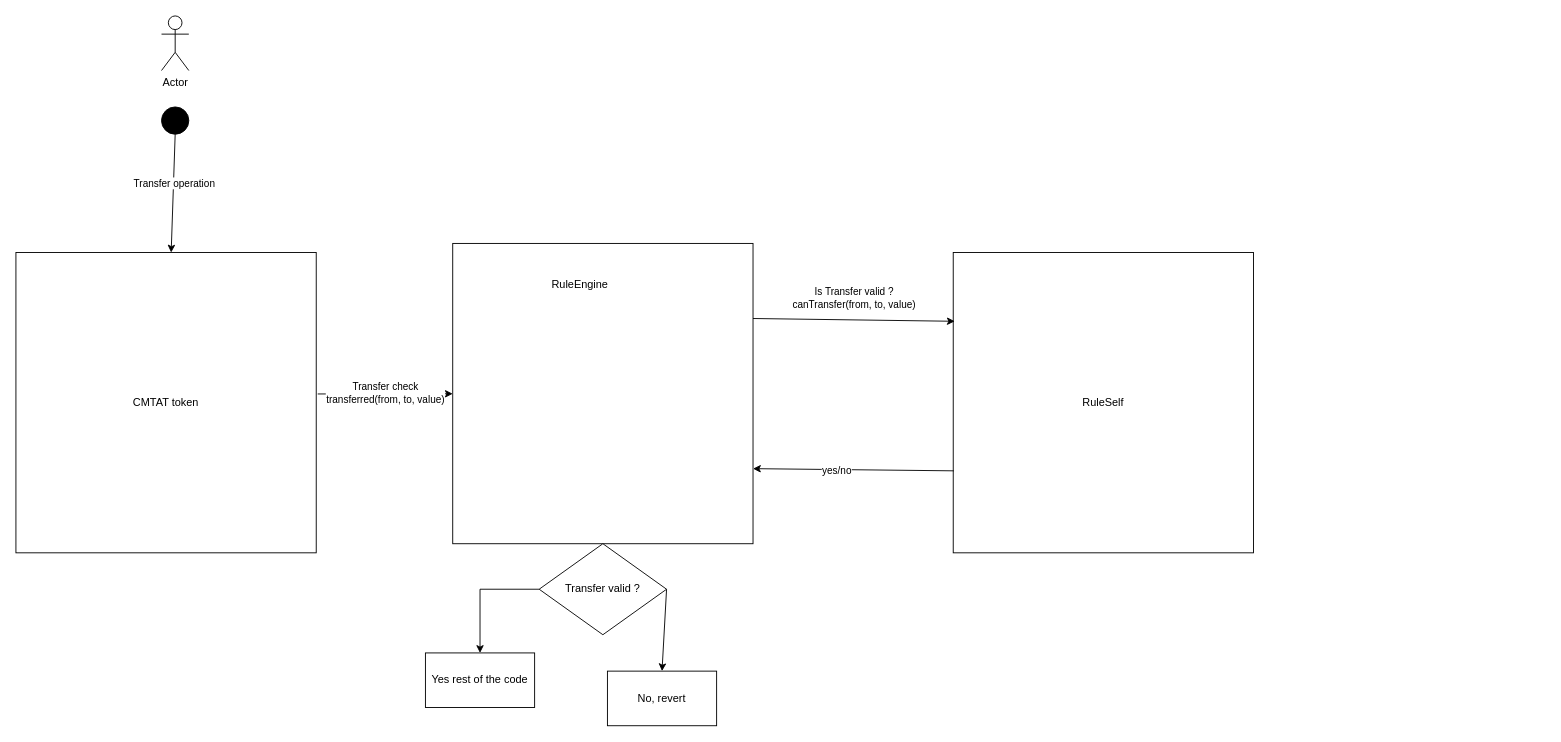
The draw.io diagram page "CMTAT" (1 of 2) of self.drawio in rya-sge/ruleself, before the edit. Source tidied: cells renumbered, new cells numbered last; positions are measured from the earlier drawing's top-left corner, leaving out a move shared by most shapes. Both pictures are drawn from the tidied source at 91%, with x=0, y=0 at pixel (15, 15).
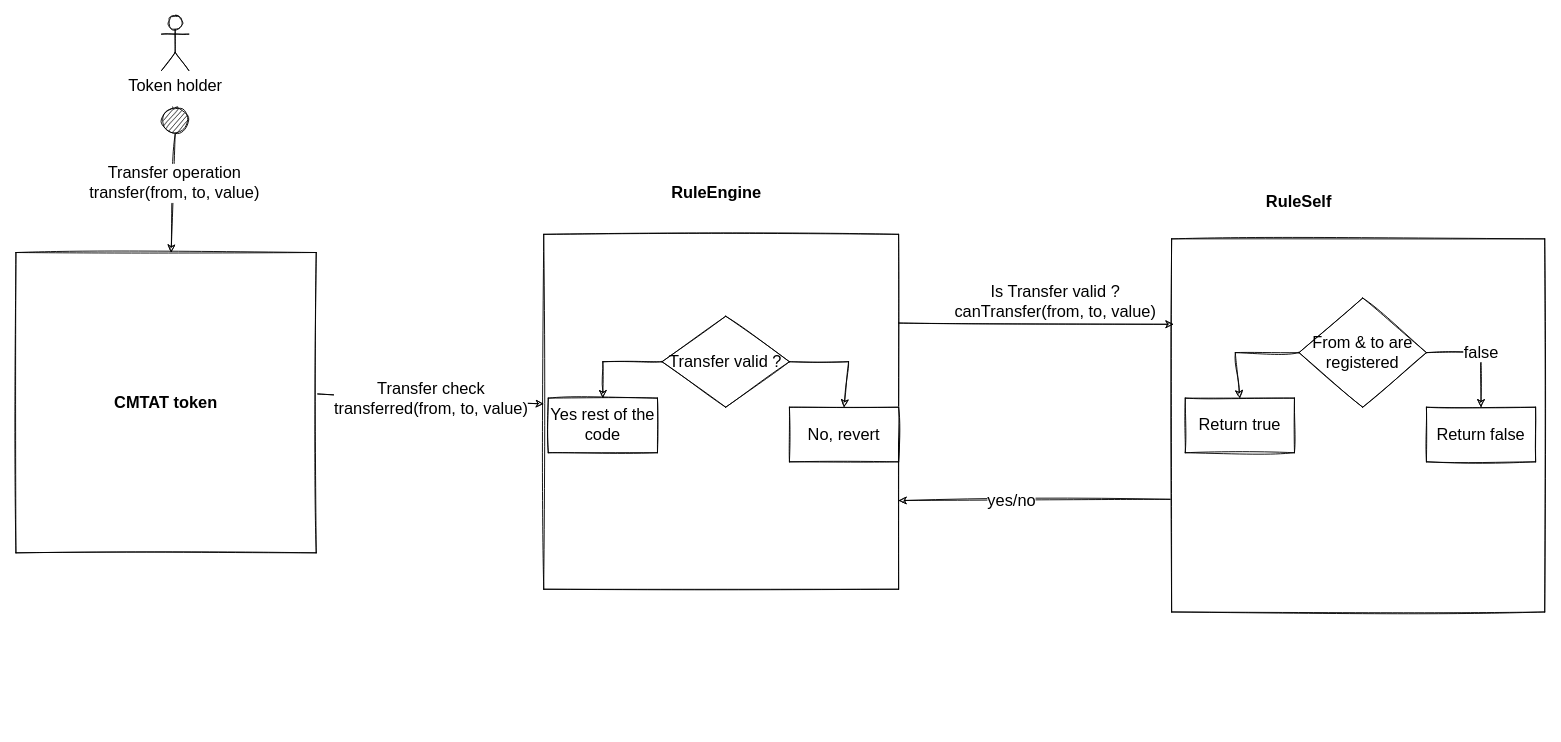
The same page after the edit.

What changed in the source:
```diff
@@
-    <mxCell id="2" value="CMTAT token" style="whiteSpace=wrap;html=1;" parent="1" vertex="1">
+    <mxCell id="2" value="&lt;b&gt;CMTAT token&lt;/b&gt;" style="whiteSpace=wrap;html=1;fontSize=18;sketch=1;" parent="1" vertex="1">
       <mxGeometry y="260" width="330" height="330" as="geometry" />
     </mxCell>
-    <mxCell id="3" value="Actor" style="shape=umlActor;verticalLabelPosition=bottom;verticalAlign=top;html=1;" parent="1" vertex="1">
+    <mxCell id="3" value="Token holder" style="shape=umlActor;verticalLabelPosition=bottom;verticalAlign=top;html=1;fontSize=18;sketch=1;" parent="1" vertex="1">
       <mxGeometry x="160" width="30" height="60" as="geometry" />
     </mxCell>
-    <mxCell id="4" style="ellipse;fillColor=strokeColor;" parent="1" vertex="1">
+    <mxCell id="4" style="ellipse;fillColor=strokeColor;fontSize=18;sketch=1;" parent="1" vertex="1">
       <mxGeometry x="160" y="100" width="30" height="30" as="geometry" />
     </mxCell>
-    <mxCell id="5" style="endArrow=classic;html=1;rounded=0;exitX=0.5;exitY=1;exitDx=0;exitDy=0;" parent="1" edge="1" source="4" target="2">
+    <mxCell id="5" style="endArrow=classic;html=1;rounded=0;exitX=0.5;exitY=1;exitDx=0;exitDy=0;fontSize=18;sketch=1;" parent="1" edge="1" source="4" target="2">
       <mxGeometry relative="1" as="geometry" />
     </mxCell>
-    <mxCell id="6" value="Transfer operation" style="edgeLabel;html=1;align=center;verticalAlign=middle;" parent="5" vertex="1">
+    <mxCell id="6" value="Transfer operation&lt;br&gt;transfer(from, to, value)" style="edgeLabel;html=1;align=center;verticalAlign=middle;fontSize=18;sketch=1;" parent="5" vertex="1">
       <mxGeometry x="-0.17" relative="1" as="geometry" />
     </mxCell>
-    <mxCell id="7" style="whiteSpace=wrap;html=1;" parent="1" vertex="1">
-      <mxGeometry x="480" y="250" width="330" height="330" as="geometry" />
+    <mxCell id="7" style="whiteSpace=wrap;html=1;fontSize=18;sketch=1;" parent="1" vertex="1">
+      <mxGeometry x="580" y="240" width="390" height="390" as="geometry" />
     </mxCell>
-    <mxCell id="8" value="Transfer check&lt;br&gt;transferred(from, to, value)" style="endArrow=classic;html=1;rounded=0;exitX=1.005;exitY=0.471;exitDx=0;exitDy=0;exitPerimeter=0;" parent="1" edge="1" source="2" target="7">
+    <mxCell id="8" value="Transfer check&lt;br style=&quot;font-size: 18px;&quot;&gt;transferred(from, to, value)" style="endArrow=classic;html=1;rounded=0;exitX=1.005;exitY=0.471;exitDx=0;exitDy=0;exitPerimeter=0;fontSize=18;sketch=1;" parent="1" edge="1" source="2" target="7">
       <mxGeometry relative="1" as="geometry" />
     </mxCell>
-    <mxCell id="9" value="RuleSelf" style="whiteSpace=wrap;html=1;" parent="1" vertex="1">
-      <mxGeometry x="1030" y="260" width="330" height="330" as="geometry" />
+    <mxCell id="9" style="whiteSpace=wrap;html=1;fontSize=18;sketch=1;" parent="1" vertex="1">
+      <mxGeometry x="1270" y="245" width="410" height="410" as="geometry" />
     </mxCell>
-    <mxCell id="10" style="endArrow=classic;html=1;rounded=0;exitX=1;exitY=0.25;exitDx=0;exitDy=0;entryX=0.005;entryY=0.229;entryDx=0;entryDy=0;entryPerimeter=0;" parent="1" edge="1" source="7" target="9">
+    <mxCell id="10" style="endArrow=classic;html=1;rounded=0;exitX=1;exitY=0.25;exitDx=0;exitDy=0;entryX=0.005;entryY=0.229;entryDx=0;entryDy=0;entryPerimeter=0;fontSize=18;sketch=1;" parent="1" edge="1" source="7" target="9">
       <mxGeometry relative="1" as="geometry" />
     </mxCell>
-    <mxCell id="11" value="Is Transfer valid ?&lt;br&gt;canTransfer(from, to, value)" style="edgeLabel;html=1;align=center;verticalAlign=middle;" parent="10" vertex="1">
+    <mxCell id="11" value="Is Transfer valid ?&lt;br style=&quot;font-size: 18px;&quot;&gt;canTransfer(from, to, value)" style="edgeLabel;html=1;align=center;verticalAlign=middle;fontSize=18;sketch=1;" parent="10" vertex="1">
       <mxGeometry x="0.53" y="3" relative="1" as="geometry">
         <mxPoint x="-60" y="-22" as="offset" />
       </mxGeometry>
     </mxCell>
-    <mxCell id="12" style="endArrow=classic;html=1;rounded=0;exitX=0.002;exitY=0.727;exitDx=0;exitDy=0;entryX=1;entryY=0.75;entryDx=0;entryDy=0;exitPerimeter=0;" parent="1" edge="1" source="9" target="7">
+    <mxCell id="12" style="endArrow=classic;html=1;rounded=0;exitX=-0.004;exitY=0.698;exitDx=0;exitDy=0;entryX=1;entryY=0.75;entryDx=0;entryDy=0;exitPerimeter=0;fontSize=18;sketch=1;" parent="1" edge="1" source="9" target="7">
       <mxGeometry relative="1" as="geometry" />
     </mxCell>
-    <mxCell id="13" value="yes/no" style="edgeLabel;html=1;align=center;verticalAlign=middle;" parent="12" vertex="1">
+    <mxCell id="13" value="yes/no" style="edgeLabel;html=1;align=center;verticalAlign=middle;fontSize=18;sketch=1;" parent="12" vertex="1">
       <mxGeometry x="0.17" y="1" relative="1" as="geometry" />
     </mxCell>
-    <mxCell id="14" value="Transfer valid ?" style="rhombus;whiteSpace=wrap;html=1;" parent="1" vertex="1">
-      <mxGeometry x="575" y="580" width="140" height="100" as="geometry" />
+    <mxCell id="14" value="Transfer valid ?" style="rhombus;whiteSpace=wrap;html=1;fontSize=18;sketch=1;" parent="1" vertex="1">
+      <mxGeometry x="710" y="330" width="140" height="100" as="geometry" />
     </mxCell>
-    <mxCell id="15" value="RuleEngine" style="text;html=1;strokeColor=none;fillColor=none;align=center;verticalAlign=middle;whiteSpace=wrap;rounded=0;" parent="1" vertex="1">
-      <mxGeometry x="590" y="280" width="60" height="30" as="geometry" />
+    <mxCell id="15" value="RuleEngine" style="text;html=1;strokeColor=none;fillColor=none;align=center;verticalAlign=middle;whiteSpace=wrap;rounded=0;fontSize=18;fontStyle=1;sketch=1;" parent="1" vertex="1">
+      <mxGeometry x="740" y="180" width="60" height="30" as="geometry" />
     </mxCell>
-    <mxCell id="16" style="endArrow=classic;html=1;rounded=0;exitX=1;exitY=0.5;exitDx=0;exitDy=0;entryX=0.5;entryY=0;entryDx=0;entryDy=0;" parent="1" edge="1" source="14" target="17">
-      <mxGeometry relative="1" as="geometry" />
-    </mxCell>
-    <mxCell id="17" value="No, revert" style="rounded=0;whiteSpace=wrap;html=1;" parent="1" vertex="1">
-      <mxGeometry x="650" y="720" width="120" height="60" as="geometry" />
+    <mxCell id="17" value="No, revert" style="rounded=0;whiteSpace=wrap;html=1;fontSize=18;sketch=1;" parent="1" vertex="1">
+      <mxGeometry x="850" y="430" width="120" height="60" as="geometry" />
     </mxCell>
-    <mxCell id="18" value="Yes rest of the code" style="rounded=0;whiteSpace=wrap;html=1;" parent="1" vertex="1">
-      <mxGeometry x="450" y="700" width="120" height="60" as="geometry" />
+    <mxCell id="18" value="Yes rest of the code" style="rounded=0;whiteSpace=wrap;html=1;fontSize=18;sketch=1;" parent="1" vertex="1">
+      <mxGeometry x="585" y="420" width="120" height="60" as="geometry" />
     </mxCell>
-    <mxCell id="19" style="endArrow=classic;html=1;rounded=0;exitX=0;exitY=0.5;exitDx=0;exitDy=0;entryX=0.5;entryY=0;entryDx=0;entryDy=0;" parent="1" edge="1" source="14" target="18">
+    <mxCell id="19" style="endArrow=classic;html=1;rounded=0;exitX=0;exitY=0.5;exitDx=0;exitDy=0;entryX=0.5;entryY=0;entryDx=0;entryDy=0;fontSize=18;sketch=1;" parent="1" edge="1" source="14" target="18">
       <mxGeometry relative="1" as="geometry">
         <Array as="points">
-          <mxPoint x="510" y="630" />
+          <mxPoint x="645" y="380" />
         </Array>
       </mxGeometry>
     </mxCell>
+    <mxCell id="16" style="endArrow=classic;html=1;rounded=0;exitX=1;exitY=0.5;exitDx=0;exitDy=0;entryX=0.5;entryY=0;entryDx=0;entryDy=0;fontSize=18;sketch=1;" parent="1" edge="1" source="14" target="17">
+      <mxGeometry relative="1" as="geometry">
+        <Array as="points">
+          <mxPoint x="915" y="380" />
+        </Array>
+      </mxGeometry>
+    </mxCell>
+    <mxCell id="20" value="From &amp;amp; to are registered" style="rhombus;whiteSpace=wrap;html=1;fontSize=18;sketch=1;" parent="1" vertex="1">
+      <mxGeometry x="1410" y="310" width="140" height="120" as="geometry" />
+    </mxCell>
+    <mxCell id="21" value="Return false" style="rounded=0;whiteSpace=wrap;html=1;fontSize=18;sketch=1;" parent="1" vertex="1">
+      <mxGeometry x="1550" y="430" width="120" height="60" as="geometry" />
+    </mxCell>
+    <mxCell id="22" value="Return true" style="rounded=0;whiteSpace=wrap;html=1;fontSize=18;sketch=1;" parent="1" vertex="1">
+      <mxGeometry x="1285" y="420" width="120" height="60" as="geometry" />
+    </mxCell>
+    <mxCell id="23" value="false" style="endArrow=classic;html=1;rounded=0;exitX=1;exitY=0.5;exitDx=0;exitDy=0;entryX=0.5;entryY=0;entryDx=0;entryDy=0;fontSize=18;sketch=1;" parent="1" edge="1" source="20" target="21">
+      <mxGeometry relative="1" as="geometry">
+        <Array as="points">
+          <mxPoint x="1610" y="370" />
+        </Array>
+      </mxGeometry>
+    </mxCell>
+    <mxCell id="24" value="RuleSelf" style="text;html=1;strokeColor=none;fillColor=none;align=center;verticalAlign=middle;whiteSpace=wrap;rounded=0;fontSize=18;fontStyle=1;sketch=1;" parent="1" vertex="1">
+      <mxGeometry x="1380" y="190" width="60" height="30" as="geometry" />
+    </mxCell>
+    <mxCell id="25" style="endArrow=classic;html=1;rounded=0;sketch=1;hachureGap=4;jiggle=2;fontFamily=Architects Daughter;fontSize=16;entryX=0.5;entryY=0;entryDx=0;entryDy=0;exitX=0;exitY=0.5;exitDx=0;exitDy=0;" parent="1" edge="1" source="20" target="22">
+      <mxGeometry relative="1" as="geometry">
+        <Array as="points">
+          <mxPoint x="1340" y="370" />
+        </Array>
+      </mxGeometry>
+    </mxCell>
```
